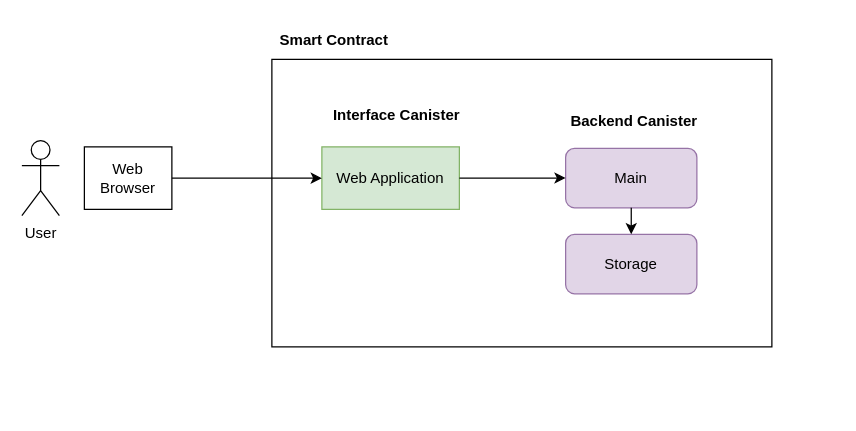
This is docs/architecture.drawio from jnlewis/manta-ic, a draw.io file, before an edit. Source tidied: cells renumbered, new cells numbered last; positions are measured from the earlier drawing's top-left corner, leaving out a move shared by most shapes. Both pictures are drawn from the tidied source at 125%, with x=0, y=0 at pixel (21, 21).
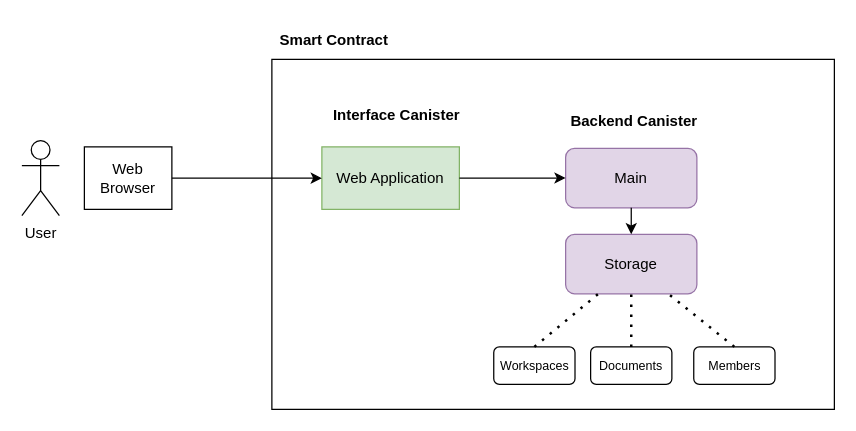
The same page after the edit.

What changed in the source:
```diff
@@
 <mxGraphModel>
   <root>
     <mxCell id="0" />
     <mxCell id="1" parent="0" />
     <mxCell id="2" style="rounded=0;whiteSpace=wrap;html=1;" parent="1" vertex="1">
-      <mxGeometry x="200" y="30" width="400" height="230" as="geometry" />
+      <mxGeometry x="200" y="30" width="450" height="280" as="geometry" />
     </mxCell>
     <mxCell id="3" value="User" style="shape=umlActor;verticalLabelPosition=bottom;verticalAlign=top;html=1;" parent="1" vertex="1">
       <mxGeometry y="95" width="30" height="60" as="geometry" />
     </mxCell>
     <mxCell id="4" value="Web Application" style="rounded=0;whiteSpace=wrap;html=1;fillColor=#d5e8d4;strokeColor=#82b366;" parent="1" vertex="1">
       <mxGeometry x="240" y="100" width="110" height="50" as="geometry" />
     </mxCell>
     <mxCell id="5" value="Main" style="rounded=1;whiteSpace=wrap;html=1;fillColor=#e1d5e7;strokeColor=#9673a6;" parent="1" vertex="1">
       <mxGeometry x="435" y="101.2" width="105" height="47.5" as="geometry" />
     </mxCell>
     <mxCell id="6" value="&lt;b&gt;Interface Canister&lt;/b&gt;" style="text;html=1;strokeColor=none;fillColor=none;align=center;verticalAlign=middle;whiteSpace=wrap;rounded=0;" parent="1" vertex="1">
       <mxGeometry x="240" y="60" width="120" height="30" as="geometry" />
     </mxCell>
     <mxCell id="7" value="&lt;b&gt;Backend Canister&lt;/b&gt;" style="text;html=1;strokeColor=none;fillColor=none;align=center;verticalAlign=middle;whiteSpace=wrap;rounded=0;" parent="1" vertex="1">
       <mxGeometry x="430" y="65" width="120" height="30" as="geometry" />
     </mxCell>
     <mxCell id="8" value="&lt;b&gt;Smart Contract&lt;/b&gt;" style="text;html=1;strokeColor=none;fillColor=none;align=center;verticalAlign=middle;whiteSpace=wrap;rounded=0;" parent="1" vertex="1">
       <mxGeometry x="190" width="120" height="30" as="geometry" />
     </mxCell>
     <mxCell id="9" value="Web Browser" style="rounded=0;whiteSpace=wrap;html=1;" parent="1" vertex="1">
       <mxGeometry x="50" y="100" width="70" height="50" as="geometry" />
     </mxCell>
     <mxCell id="10" style="endArrow=classic;html=1;rounded=0;exitX=1;exitY=0.5;exitDx=0;exitDy=0;" parent="1" edge="1" source="9" target="4">
       <mxGeometry relative="1" as="geometry" />
     </mxCell>
     <mxCell id="11" style="endArrow=classic;html=1;rounded=0;exitX=1;exitY=0.5;exitDx=0;exitDy=0;entryX=0;entryY=0.5;entryDx=0;entryDy=0;" parent="1" edge="1" source="4" target="5">
       <mxGeometry relative="1" as="geometry" />
     </mxCell>
     <mxCell id="12" value="Storage" style="rounded=1;whiteSpace=wrap;html=1;fillColor=#e1d5e7;strokeColor=#9673a6;" parent="1" vertex="1">
       <mxGeometry x="435" y="170" width="105" height="47.5" as="geometry" />
     </mxCell>
     <mxCell id="13" style="endArrow=classic;html=1;rounded=0;entryX=0.5;entryY=0;entryDx=0;entryDy=0;exitX=0.5;exitY=1;exitDx=0;exitDy=0;" parent="1" edge="1" source="5" target="12">
       <mxGeometry relative="1" as="geometry" />
     </mxCell>
+    <mxCell id="14" value="Workspaces" style="rounded=1;whiteSpace=wrap;html=1;fontSize=10;" parent="1" vertex="1">
+      <mxGeometry x="377.5" y="260" width="65" height="30" as="geometry" />
+    </mxCell>
+    <mxCell id="15" value="Documents" style="rounded=1;whiteSpace=wrap;html=1;fontSize=10;" parent="1" vertex="1">
+      <mxGeometry x="455" y="260" width="65" height="30" as="geometry" />
+    </mxCell>
+    <mxCell id="16" value="Members" style="rounded=1;whiteSpace=wrap;html=1;fontSize=10;" parent="1" vertex="1">
+      <mxGeometry x="537.5" y="260" width="65" height="30" as="geometry" />
+    </mxCell>
+    <mxCell id="17" style="endArrow=none;dashed=1;html=1;dashPattern=1 3;strokeWidth=2;rounded=0;fontSize=10;exitX=0.5;exitY=0;exitDx=0;exitDy=0;entryX=0.25;entryY=1;entryDx=0;entryDy=0;" parent="1" edge="1" source="14" target="12">
+      <mxGeometry relative="1" as="geometry" />
+    </mxCell>
+    <mxCell id="18" style="endArrow=none;dashed=1;html=1;dashPattern=1 3;strokeWidth=2;rounded=0;fontSize=10;exitX=0.5;exitY=0;exitDx=0;exitDy=0;entryX=0.5;entryY=1;entryDx=0;entryDy=0;" parent="1" edge="1" source="15" target="12">
+      <mxGeometry relative="1" as="geometry" />
+    </mxCell>
+    <mxCell id="19" style="endArrow=none;dashed=1;html=1;dashPattern=1 3;strokeWidth=2;rounded=0;fontSize=10;exitX=0.5;exitY=0;exitDx=0;exitDy=0;" parent="1" edge="1" source="16" target="12">
+      <mxGeometry relative="1" as="geometry" />
+    </mxCell>
   </root>
 </mxGraphModel>
```
